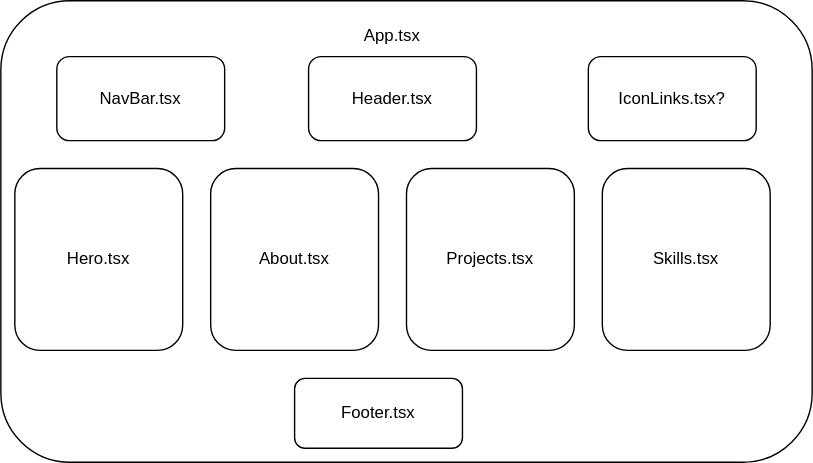
The draw.io diagram src/assets/diagram.drawio.svg in kimmykokonut/portfolio-react, before a commit. Source tidied: cells renumbered, new cells last; positions are measured from the earlier drawing's top-left corner, leaving out a move shared by most shapes.
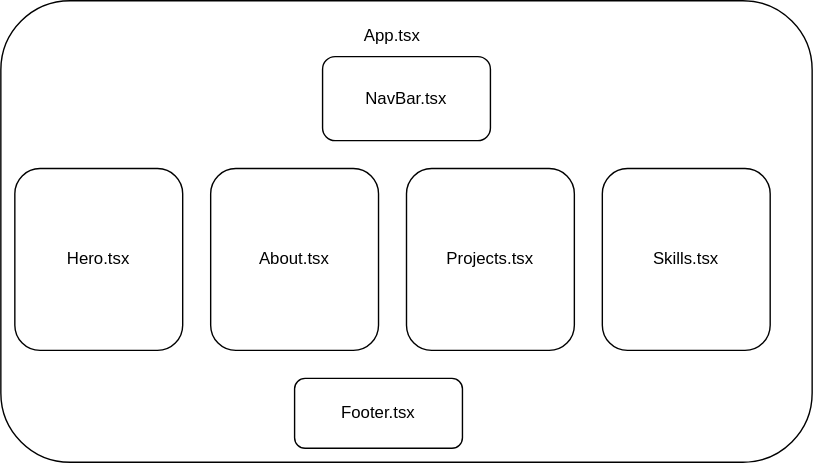
The same file after the commit.

Commit message:
update diagram and add mui to skills.tsx

What changed in the source:
```diff
@@ -11,9 +11,6 @@
     <mxCell id="4" value="Hero.tsx" style="rounded=1;whiteSpace=wrap;html=1;" parent="1" vertex="1">
       <mxGeometry x="10" y="120" width="120" height="130" as="geometry" />
     </mxCell>
-    <mxCell id="5" value="Header.tsx" style="rounded=1;whiteSpace=wrap;html=1;" parent="1" vertex="1">
-      <mxGeometry x="220" y="40" width="120" height="60" as="geometry" />
-    </mxCell>
     <mxCell id="6" value="About.tsx" style="rounded=1;whiteSpace=wrap;html=1;" parent="1" vertex="1">
       <mxGeometry x="150" y="120" width="120" height="130" as="geometry" />
     </mxCell>
@@ -27,10 +24,7 @@
       <mxGeometry x="210" y="270" width="120" height="50" as="geometry" />
     </mxCell>
     <mxCell id="10" value="NavBar.tsx" style="rounded=1;whiteSpace=wrap;html=1;" parent="1" vertex="1">
-      <mxGeometry x="40" y="40" width="120" height="60" as="geometry" />
+      <mxGeometry x="230" y="40" width="120" height="60" as="geometry" />
     </mxCell>
-    <mxCell id="11" value="IconLinks.tsx?" style="rounded=1;whiteSpace=wrap;html=1;" parent="1" vertex="1">
-      <mxGeometry x="420" y="40" width="120" height="60" as="geometry" />
-    </mxCell>
   </root>
 </mxGraphModel>
```
